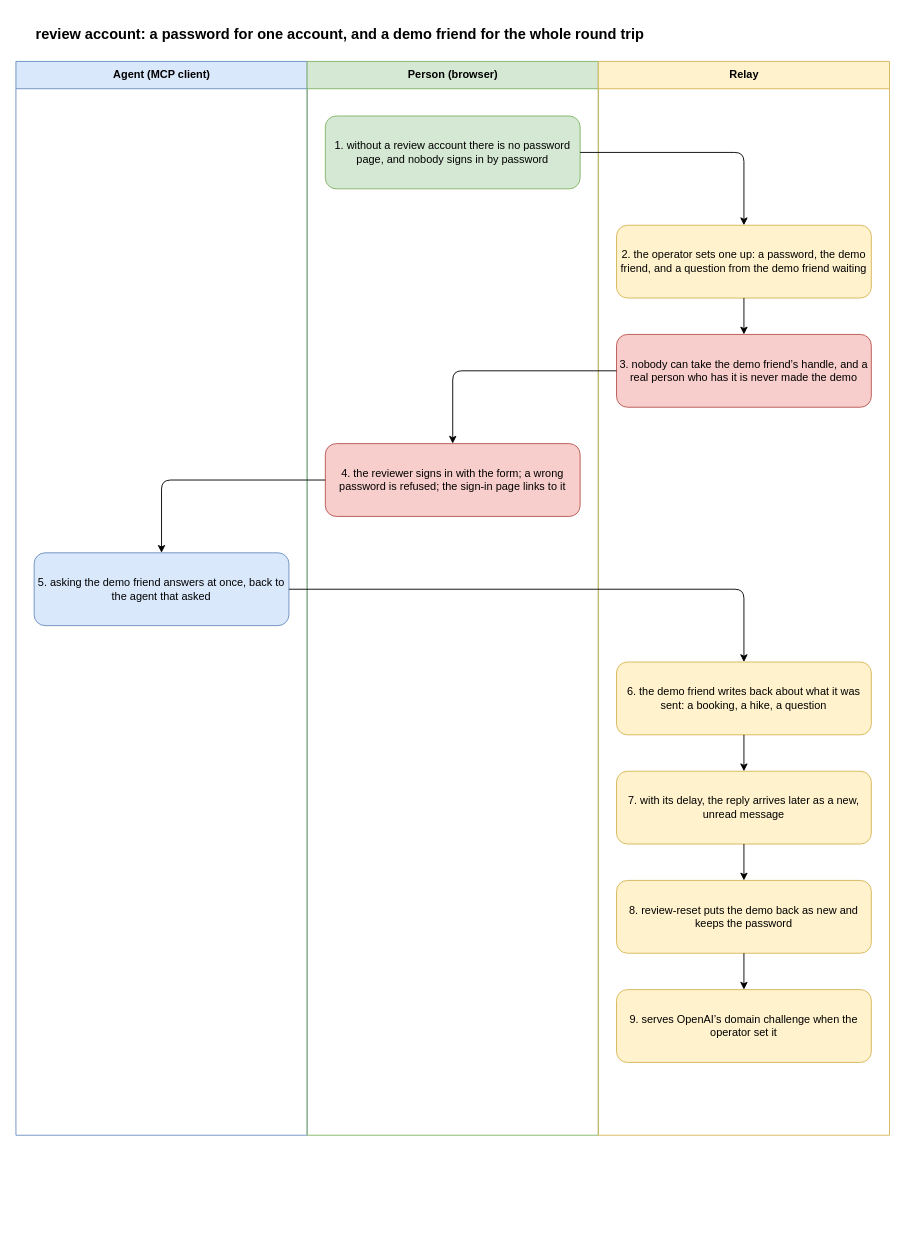
gizemsoylutr/klatsch keeps this draw.io diagram as docs/flows/review.drawio. Above is the earlier version. Source tidied: cells renumbered, new cells numbered last; positions are measured from the earlier drawing's top-left corner, leaving out a move shared by most shapes. Both pictures are drawn from the tidied source at 91%, with x=0, y=0 at pixel (15, 15).
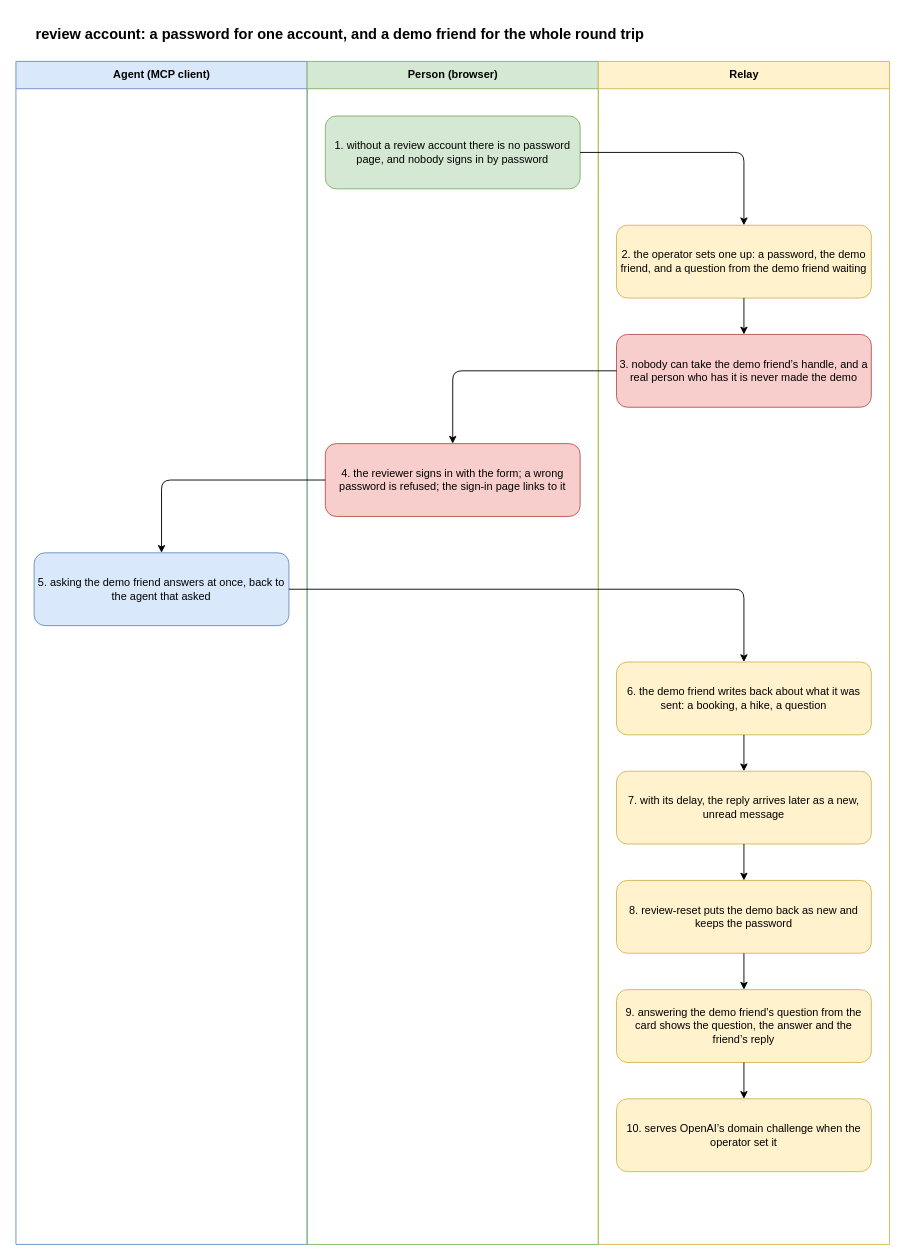
Above is the later version.

Commit message (it also covers changes not shown here):
Regenerate flow diagrams: guest flow, and the review flow's new steps

CI's flows:check failed since the demo friend's conversation changes.

What changed in the source:
```diff
@@
     <mxCell id="3" value="Agent (MCP client)" style="swimlane;html=1;startSize=30;fillColor=#dae8fc;strokeColor=#6c8ebf;swimlaneFillColor=none;" parent="1" vertex="1">
-      <mxGeometry y="50" width="320" height="1180" as="geometry" />
+      <mxGeometry y="50" width="320" height="1300" as="geometry" />
     </mxCell>
     <mxCell id="4" value="Person (browser)" style="swimlane;html=1;startSize=30;fillColor=#d5e8d4;strokeColor=#82b366;swimlaneFillColor=none;" parent="1" vertex="1">
-      <mxGeometry x="320" y="50" width="320" height="1180" as="geometry" />
+      <mxGeometry x="320" y="50" width="320" height="1300" as="geometry" />
     </mxCell>
     <mxCell id="5" value="Relay" style="swimlane;html=1;startSize=30;fillColor=#fff2cc;strokeColor=#d6b656;swimlaneFillColor=none;" parent="1" vertex="1">
-      <mxGeometry x="640" y="50" width="320" height="1180" as="geometry" />
+      <mxGeometry x="640" y="50" width="320" height="1300" as="geometry" />
     </mxCell>
@@
-    <mxCell id="21" value="9. serves OpenAI’s domain challenge when the operator set it" style="rounded=1;whiteSpace=wrap;html=1;fillColor=#fff2cc;strokeColor=#d6b656;fontSize=12;" parent="1" vertex="1">
+    <mxCell id="21" value="9. answering the demo friend’s question from the card shows the question, the answer and the friend’s reply" style="rounded=1;whiteSpace=wrap;html=1;fillColor=#fff2cc;strokeColor=#d6b656;fontSize=12;" parent="1" vertex="1">
       <mxGeometry x="660" y="1070" width="280" height="80" as="geometry" />
     </mxCell>
@@
+    <mxCell id="23" value="10. serves OpenAI’s domain challenge when the operator set it" style="rounded=1;whiteSpace=wrap;html=1;fillColor=#fff2cc;strokeColor=#d6b656;fontSize=12;" parent="1" vertex="1">
+      <mxGeometry x="660" y="1190" width="280" height="80" as="geometry" />
+    </mxCell>
+    <mxCell id="24" style="edgeStyle=orthogonalEdgeStyle;rounded=1;html=1;endArrow=classic;" parent="1" edge="1" source="21" target="23">
+      <mxGeometry relative="1" as="geometry" />
+    </mxCell>
```
